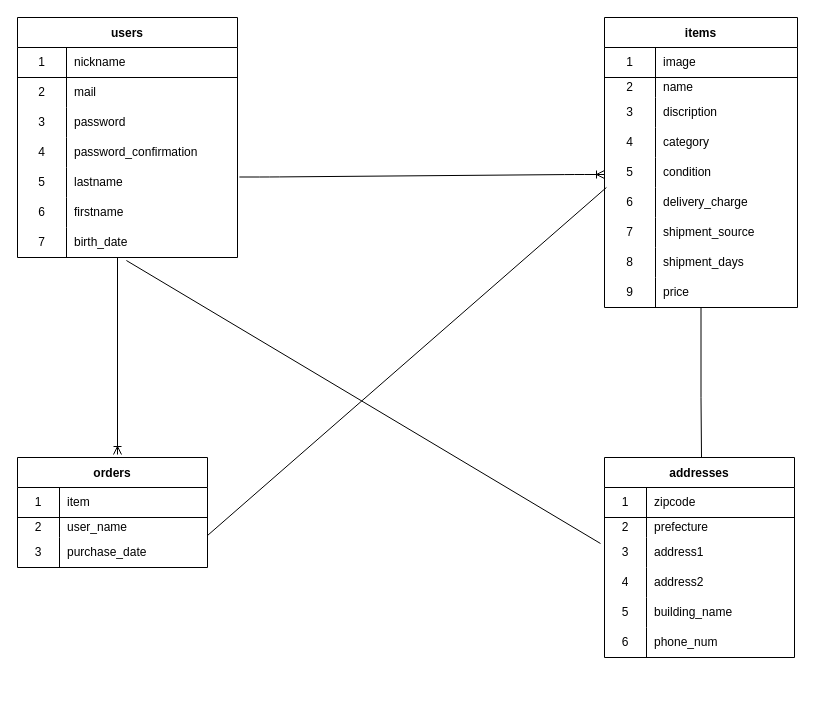
Before: er.dio in thr3eisl4nd/furima-37293, a draw.io diagram. Source tidied: cells renumbered, new cells numbered last; positions are measured from the earlier drawing's top-left corner, leaving out a move shared by most shapes. Both pictures are drawn from the tidied source at 100%, with x=0, y=0 at pixel (17, 17).
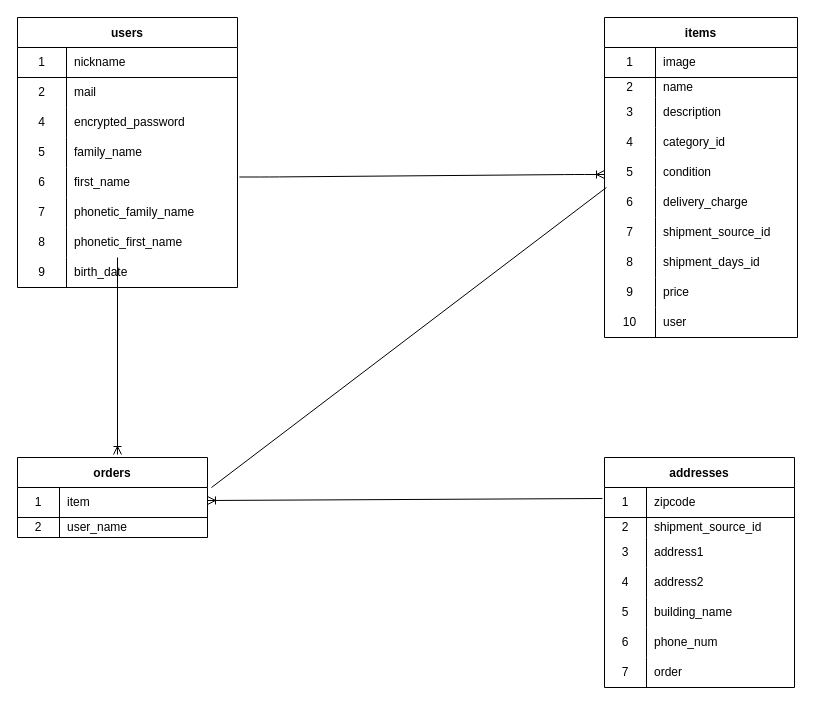
The same diagram, later.

Unchanged cells that the change refers to:
```xml
<mxCell id="31" style="shape=partialRectangle;html=1;whiteSpace=wrap;fillColor=none;top=0;left=0;bottom=0;right=0;" parent="24" vertex="1">
  <mxGeometry y="80" width="193" height="30" as="geometry" />
</mxCell>
<mxCell id="34" style="shape=partialRectangle;html=1;whiteSpace=wrap;fillColor=none;top=0;left=0;bottom=0;right=0;" parent="24" vertex="1">
  <mxGeometry y="110" width="193" height="30" as="geometry" />
</mxCell>
<mxCell id="43" style="shape=partialRectangle;html=1;whiteSpace=wrap;fillColor=none;top=0;left=0;bottom=0;right=0;" parent="24" vertex="1">
  <mxGeometry y="200" width="193" height="30" as="geometry" />
</mxCell>
<mxCell id="46" style="shape=partialRectangle;html=1;whiteSpace=wrap;fillColor=none;top=0;left=0;bottom=0;right=0;" parent="24" vertex="1">
  <mxGeometry y="230" width="193" height="30" as="geometry" />
</mxCell>
<mxCell id="49" style="shape=partialRectangle;html=1;whiteSpace=wrap;fillColor=none;top=0;left=0;bottom=0;right=0;points=[[0,0.5],[1,0.5]];portConstraint=eastwest;" parent="24" vertex="1">
  <mxGeometry y="260" width="193" height="30" as="geometry" />
</mxCell>
<mxCell id="53" style="shape=partialRectangle;html=1;whiteSpace=wrap;fillColor=none;top=0;left=0;bottom=1;right=0;points=[[0,0.5],[1,0.5]];portConstraint=eastwest;" parent="52" vertex="1">
  <mxGeometry y="30" width="190" height="30" as="geometry" />
</mxCell>
<mxCell id="66" style="shape=partialRectangle;html=1;whiteSpace=wrap;fillColor=none;top=0;left=0;bottom=0;right=0;" parent="62" vertex="1">
  <mxGeometry y="60" width="190" height="20" as="geometry" />
</mxCell>
```

Change to the diagram source:
```diff
@@
     <mxCell id="2" value="users" style="shape=table;startSize=30;childLayout=tableLayout;rowLines=0;fontStyle=1;align=center;" parent="1" vertex="1">
-      <mxGeometry width="220" height="240" as="geometry" />
+      <mxGeometry width="220" height="270" as="geometry" />
     </mxCell>
@@
-    <mxCell id="9" style="shape=partialRectangle;html=1;whiteSpace=wrap;fillColor=none;top=0;left=0;bottom=0;right=0;" parent="2" vertex="1">
-      <mxGeometry y="90" width="220" height="30" as="geometry" />
-    </mxCell>
-    <mxCell id="10" value="3" style="shape=partialRectangle;html=1;whiteSpace=wrap;fillColor=none;top=0;left=0;bottom=0;right=0;overflow=hidden;" parent="9" vertex="1">
-      <mxGeometry width="49" height="30" as="geometry" />
-    </mxCell>
-    <mxCell id="11" value="password" style="shape=partialRectangle;html=1;whiteSpace=wrap;fillColor=none;top=0;left=0;bottom=0;right=0;align=left;spacingLeft=6;overflow=hidden;" parent="9" vertex="1">
-      <mxGeometry x="49" width="171" height="30" as="geometry" />
-    </mxCell>
     <mxCell id="12" style="shape=partialRectangle;html=1;whiteSpace=wrap;fillColor=none;top=0;left=0;bottom=0;right=0;" parent="2" vertex="1">
-      <mxGeometry y="120" width="220" height="30" as="geometry" />
+      <mxGeometry y="90" width="220" height="30" as="geometry" />
     </mxCell>
@@
-    <mxCell id="14" value="password_confirmation" style="shape=partialRectangle;html=1;whiteSpace=wrap;fillColor=none;top=0;left=0;bottom=0;right=0;align=left;spacingLeft=6;overflow=hidden;" parent="12" vertex="1">
+    <mxCell id="14" value="encrypted_password" style="shape=partialRectangle;html=1;whiteSpace=wrap;fillColor=none;top=0;left=0;bottom=0;right=0;align=left;spacingLeft=6;overflow=hidden;" parent="12" vertex="1">
       <mxGeometry x="49" width="171" height="30" as="geometry" />
     </mxCell>
     <mxCell id="15" style="shape=partialRectangle;html=1;whiteSpace=wrap;fillColor=none;top=0;left=0;bottom=0;right=0;" parent="2" vertex="1">
-      <mxGeometry y="150" width="220" height="30" as="geometry" />
+      <mxGeometry y="120" width="220" height="30" as="geometry" />
     </mxCell>
@@
-    <mxCell id="17" value="lastname" style="shape=partialRectangle;html=1;whiteSpace=wrap;fillColor=none;top=0;left=0;bottom=0;right=0;align=left;spacingLeft=6;overflow=hidden;" parent="15" vertex="1">
+    <mxCell id="17" value="family_name" style="shape=partialRectangle;html=1;whiteSpace=wrap;fillColor=none;top=0;left=0;bottom=0;right=0;align=left;spacingLeft=6;overflow=hidden;" parent="15" vertex="1">
       <mxGeometry x="49" width="171" height="30" as="geometry" />
     </mxCell>
     <mxCell id="18" style="shape=partialRectangle;html=1;whiteSpace=wrap;fillColor=none;top=0;left=0;bottom=0;right=0;" parent="2" vertex="1">
-      <mxGeometry y="180" width="220" height="30" as="geometry" />
+      <mxGeometry y="150" width="220" height="30" as="geometry" />
     </mxCell>
@@
-    <mxCell id="20" value="firstname" style="shape=partialRectangle;html=1;whiteSpace=wrap;fillColor=none;top=0;left=0;bottom=0;right=0;align=left;spacingLeft=6;overflow=hidden;" parent="18" vertex="1">
+    <mxCell id="20" value="first_name" style="shape=partialRectangle;html=1;whiteSpace=wrap;fillColor=none;top=0;left=0;bottom=0;right=0;align=left;spacingLeft=6;overflow=hidden;" parent="18" vertex="1">
       <mxGeometry x="49" width="171" height="30" as="geometry" />
     </mxCell>
     <mxCell id="21" style="shape=partialRectangle;html=1;whiteSpace=wrap;fillColor=none;top=0;left=0;bottom=0;right=0;points=[[0,0.5],[1,0.5]];portConstraint=eastwest;" parent="2" vertex="1">
-      <mxGeometry y="210" width="220" height="30" as="geometry" />
+      <mxGeometry y="180" width="220" height="30" as="geometry" />
     </mxCell>
@@
-    <mxCell id="23" value="birth_date" style="shape=partialRectangle;html=1;whiteSpace=wrap;fillColor=none;top=0;left=0;bottom=0;right=0;align=left;spacingLeft=6;overflow=hidden;" parent="21" vertex="1">
+    <mxCell id="23" value="phonetic_family_name" style="shape=partialRectangle;html=1;whiteSpace=wrap;fillColor=none;top=0;left=0;bottom=0;right=0;align=left;spacingLeft=6;overflow=hidden;" parent="21" vertex="1">
       <mxGeometry x="49" width="171" height="30" as="geometry" />
     </mxCell>
+    <mxCell id="86" style="shape=partialRectangle;html=1;whiteSpace=wrap;fillColor=none;top=0;left=0;bottom=0;right=0;" parent="2" vertex="1">
+      <mxGeometry y="210" width="220" height="30" as="geometry" />
+    </mxCell>
+    <mxCell id="87" value="8" style="shape=partialRectangle;html=1;whiteSpace=wrap;fillColor=none;top=0;left=0;bottom=0;right=0;overflow=hidden;" parent="86" vertex="1">
+      <mxGeometry width="49" height="30" as="geometry" />
+    </mxCell>
+    <mxCell id="88" value="phonetic_first_name" style="shape=partialRectangle;html=1;whiteSpace=wrap;fillColor=none;top=0;left=0;bottom=0;right=0;align=left;spacingLeft=6;overflow=hidden;" parent="86" vertex="1">
+      <mxGeometry x="49" width="171" height="30" as="geometry" />
+    </mxCell>
+    <mxCell id="89" style="shape=partialRectangle;html=1;whiteSpace=wrap;fillColor=none;top=0;left=0;bottom=0;right=0;" parent="2" vertex="1">
+      <mxGeometry y="240" width="220" height="30" as="geometry" />
+    </mxCell>
+    <mxCell id="90" value="9" style="shape=partialRectangle;html=1;whiteSpace=wrap;fillColor=none;top=0;left=0;bottom=0;right=0;overflow=hidden;" parent="89" vertex="1">
+      <mxGeometry width="49" height="30" as="geometry" />
+    </mxCell>
+    <mxCell id="91" value="birth_date" style="shape=partialRectangle;html=1;whiteSpace=wrap;fillColor=none;top=0;left=0;bottom=0;right=0;align=left;spacingLeft=6;overflow=hidden;" parent="89" vertex="1">
+      <mxGeometry x="49" width="171" height="30" as="geometry" />
+    </mxCell>
     <mxCell id="24" value="items" style="shape=table;startSize=30;childLayout=tableLayout;rowLines=0;fontStyle=1;align=center;" parent="1" vertex="1">
-      <mxGeometry x="587" width="193" height="290" as="geometry" />
+      <mxGeometry x="587" width="193" height="320" as="geometry" />
     </mxCell>
@@
-    <mxCell id="33" value="discription" style="shape=partialRectangle;html=1;whiteSpace=wrap;fillColor=none;top=0;left=0;bottom=0;right=0;align=left;spacingLeft=6;overflow=hidden;" parent="31" vertex="1">
+    <mxCell id="33" value="description" style="shape=partialRectangle;html=1;whiteSpace=wrap;fillColor=none;top=0;left=0;bottom=0;right=0;align=left;spacingLeft=6;overflow=hidden;" parent="31" vertex="1">
       <mxGeometry x="51" width="142" height="30" as="geometry" />
     </mxCell>
@@
-    <mxCell id="36" value="category" style="shape=partialRectangle;html=1;whiteSpace=wrap;fillColor=none;top=0;left=0;bottom=0;right=0;align=left;spacingLeft=6;overflow=hidden;" parent="34" vertex="1">
+    <mxCell id="36" value="category_id" style="shape=partialRectangle;html=1;whiteSpace=wrap;fillColor=none;top=0;left=0;bottom=0;right=0;align=left;spacingLeft=6;overflow=hidden;" parent="34" vertex="1">
       <mxGeometry x="51" width="142" height="30" as="geometry" />
     </mxCell>
@@
-    <mxCell id="45" value="shipment_source" style="shape=partialRectangle;html=1;whiteSpace=wrap;fillColor=none;top=0;left=0;bottom=0;right=0;align=left;spacingLeft=6;overflow=hidden;" parent="43" vertex="1">
+    <mxCell id="45" value="shipment_source_id" style="shape=partialRectangle;html=1;whiteSpace=wrap;fillColor=none;top=0;left=0;bottom=0;right=0;align=left;spacingLeft=6;overflow=hidden;" parent="43" vertex="1">
       <mxGeometry x="51" width="142" height="30" as="geometry" />
     </mxCell>
@@
-    <mxCell id="48" value="shipment_days" style="shape=partialRectangle;html=1;whiteSpace=wrap;fillColor=none;top=0;left=0;bottom=0;right=0;align=left;spacingLeft=6;overflow=hidden;" parent="46" vertex="1">
+    <mxCell id="48" value="shipment_days_id" style="shape=partialRectangle;html=1;whiteSpace=wrap;fillColor=none;top=0;left=0;bottom=0;right=0;align=left;spacingLeft=6;overflow=hidden;" parent="46" vertex="1">
       <mxGeometry x="51" width="142" height="30" as="geometry" />
     </mxCell>
@@
+    <mxCell id="92" style="shape=partialRectangle;html=1;whiteSpace=wrap;fillColor=none;top=0;left=0;bottom=0;right=0;" parent="24" vertex="1">
+      <mxGeometry y="290" width="193" height="30" as="geometry" />
+    </mxCell>
+    <mxCell id="93" value="10" style="shape=partialRectangle;html=1;whiteSpace=wrap;fillColor=none;top=0;left=0;bottom=0;right=0;overflow=hidden;" parent="92" vertex="1">
+      <mxGeometry width="51" height="30" as="geometry" />
+    </mxCell>
+    <mxCell id="94" value="user" style="shape=partialRectangle;html=1;whiteSpace=wrap;fillColor=none;top=0;left=0;bottom=0;right=0;align=left;spacingLeft=6;overflow=hidden;" parent="92" vertex="1">
+      <mxGeometry x="51" width="142" height="30" as="geometry" />
+    </mxCell>
     <mxCell id="52" value="orders" style="shape=table;startSize=30;childLayout=tableLayout;rowLines=0;fontStyle=1;align=center;" parent="1" vertex="1">
-      <mxGeometry y="440" width="190" height="110" as="geometry" />
+      <mxGeometry y="440" width="190" height="80" as="geometry" />
     </mxCell>
@@
-    <mxCell id="59" style="shape=partialRectangle;html=1;whiteSpace=wrap;fillColor=none;top=0;left=0;bottom=0;right=0;" parent="52" vertex="1">
-      <mxGeometry y="80" width="190" height="30" as="geometry" />
-    </mxCell>
-    <mxCell id="60" value="3" style="shape=partialRectangle;html=1;whiteSpace=wrap;fillColor=none;top=0;left=0;bottom=0;right=0;overflow=hidden;" parent="59" vertex="1">
-      <mxGeometry width="42" height="30" as="geometry" />
-    </mxCell>
-    <mxCell id="61" value="purchase_date" style="shape=partialRectangle;html=1;whiteSpace=wrap;fillColor=none;top=0;left=0;bottom=0;right=0;align=left;spacingLeft=6;overflow=hidden;" parent="59" vertex="1">
-      <mxGeometry x="42" width="148" height="30" as="geometry" />
-    </mxCell>
     <mxCell id="62" value="addresses" style="shape=table;startSize=30;childLayout=tableLayout;rowLines=0;fontStyle=1;align=center;" parent="1" vertex="1">
-      <mxGeometry x="587" y="440" width="190" height="200" as="geometry" />
+      <mxGeometry x="587" y="440" width="190" height="230" as="geometry" />
     </mxCell>
@@
-    <mxCell id="68" value="prefecture" style="shape=partialRectangle;html=1;whiteSpace=wrap;fillColor=none;top=0;left=0;bottom=0;right=0;align=left;spacingLeft=6;overflow=hidden;" parent="66" vertex="1">
+    <mxCell id="68" value="shipment_source_id" style="shape=partialRectangle;html=1;whiteSpace=wrap;fillColor=none;top=0;left=0;bottom=0;right=0;align=left;spacingLeft=6;overflow=hidden;" parent="66" vertex="1">
       <mxGeometry x="42" width="148" height="20" as="geometry" />
     </mxCell>
@@
+    <mxCell id="95" style="shape=partialRectangle;html=1;whiteSpace=wrap;fillColor=none;top=0;left=0;bottom=0;right=0;" parent="62" vertex="1">
+      <mxGeometry y="200" width="190" height="30" as="geometry" />
+    </mxCell>
+    <mxCell id="96" value="7" style="shape=partialRectangle;html=1;whiteSpace=wrap;fillColor=none;top=0;left=0;bottom=0;right=0;overflow=hidden;" parent="95" vertex="1">
+      <mxGeometry width="42" height="30" as="geometry" />
+    </mxCell>
+    <mxCell id="97" value="order" style="shape=partialRectangle;html=1;whiteSpace=wrap;fillColor=none;top=0;left=0;bottom=0;right=0;align=left;spacingLeft=6;overflow=hidden;" parent="95" vertex="1">
+      <mxGeometry x="42" width="148" height="30" as="geometry" />
+    </mxCell>
@@
-    <mxCell id="83" style="endArrow=none;html=1;rounded=0;entryX=0.01;entryY=1.033;entryDx=0;entryDy=0;entryPerimeter=0;" parent="1" edge="1">
+    <mxCell id="83" style="endArrow=none;html=1;rounded=0;entryX=0.01;entryY=1.033;entryDx=0;entryDy=0;entryPerimeter=0;exitX=1.021;exitY=0;exitDx=0;exitDy=0;exitPerimeter=0;" parent="1" edge="1" source="53">
       <mxGeometry relative="1" as="geometry">
-        <mxPoint x="190" y="518" as="sourcePoint" />
         <mxPoint x="588.9" y="170" as="targetPoint" />
       </mxGeometry>
     </mxCell>
-    <mxCell id="84" style="endArrow=none;html=1;rounded=0;" parent="1" edge="1" target="49">
-      <mxGeometry relative="1" as="geometry">
-        <mxPoint x="684" y="440" as="sourcePoint" />
-        <Array as="points">
-          <mxPoint x="683.5" y="380" />
-        </Array>
-      </mxGeometry>
-    </mxCell>
-    <mxCell id="85" style="endArrow=none;html=1;entryX=0.495;entryY=1.1;entryDx=0;entryDy=0;entryPerimeter=0;" parent="1" edge="1" target="21">
+    <mxCell id="85" style="fontSize=12;html=1;endArrow=ERoneToMany;exitX=-0.011;exitY=-0.067;exitDx=0;exitDy=0;exitPerimeter=0;" parent="1" edge="1">
       <mxGeometry relative="1" as="geometry">
-        <mxPoint x="583" y="526" as="sourcePoint" />
+        <mxPoint x="584.9" y="481" as="sourcePoint" />
+        <mxPoint x="190" y="483" as="targetPoint" />
       </mxGeometry>
     </mxCell>
```
